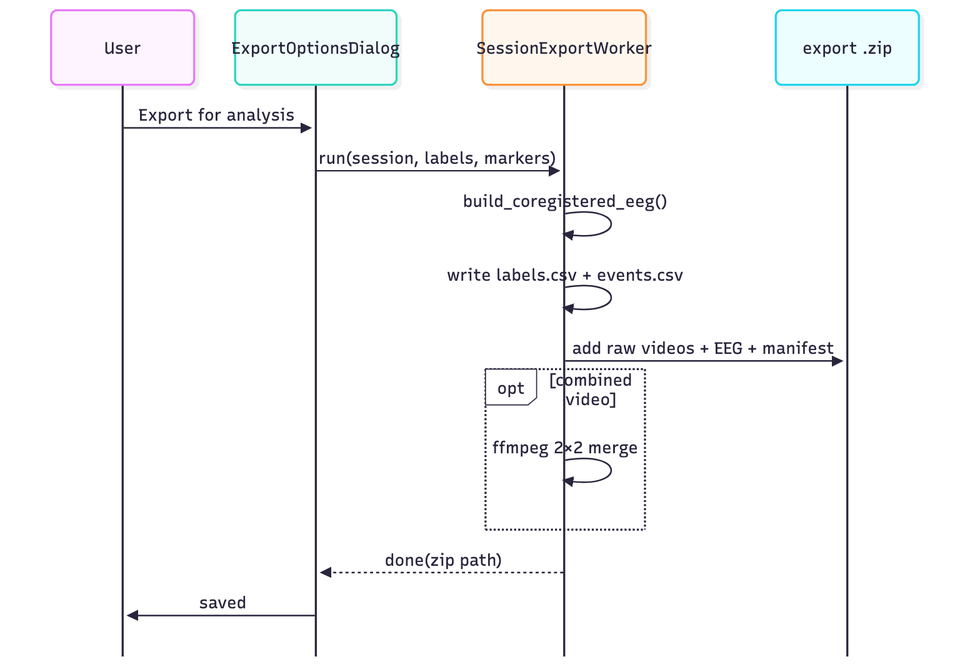
Earlier version of the Mermaid export docs/diagrams/flow-export.png (mohammadabdullahkhurram/Brain-Battle-Phase-3). Its source is kept beside it as docs/diagrams/flow-export.mmd. Source of this version:
```mermaid
%%{init: {'themeVariables': {'fontSize': '16px'}, 'sequence': {'actorMargin': 40, 'width': 140, 'boxMargin': 8, 'mirrorActors': false}}}%%
sequenceDiagram
    participant U as User
    participant ED as ExportOptionsDialog
    participant W as SessionExportWorker
    participant Z as export .zip
    U->>ED: Export for analysis
    ED->>W: run(session, labels, markers)
    W->>W: build_coregistered_eeg()
    W->>W: write labels.csv + events.csv
    W->>Z: add raw videos + EEG + manifest
    opt combined video
        W->>W: ffmpeg 2×2 merge
    end
    W-->>ED: done(zip path)
    ED->>U: saved
```
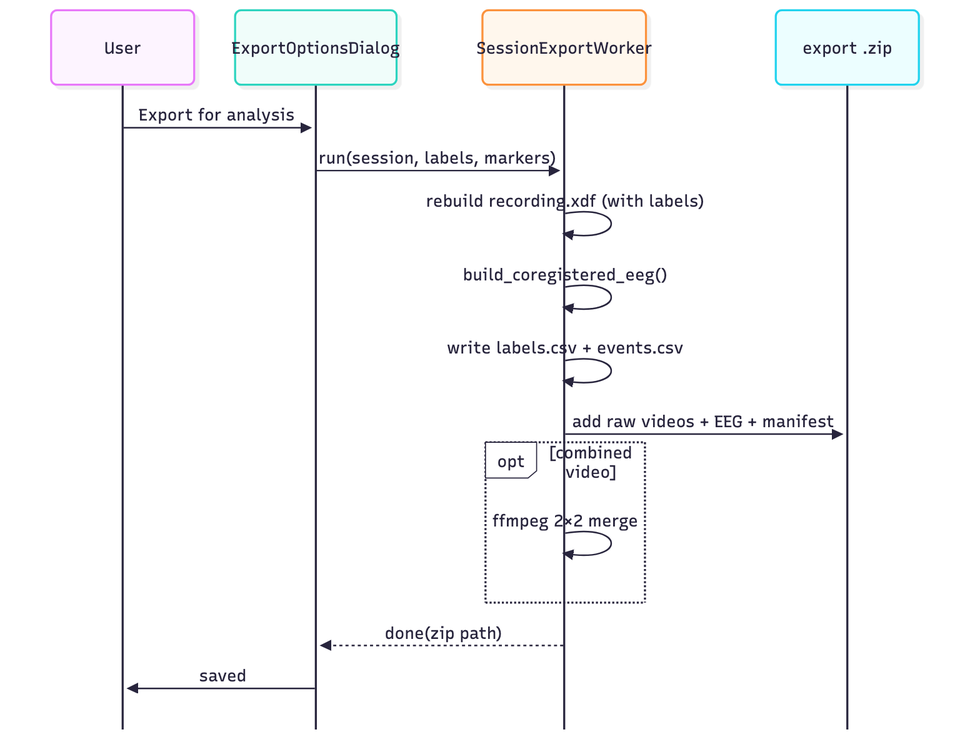
The same diagram one commit later.

What changed in the source:
```diff
@@ -6,6 +6,7 @@
     participant Z as export .zip
     U->>ED: Export for analysis
     ED->>W: run(session, labels, markers)
+    W->>W: rebuild recording.xdf (with labels)
     W->>W: build_coregistered_eeg()
     W->>W: write labels.csv + events.csv
     W->>Z: add raw videos + EEG + manifest
```
